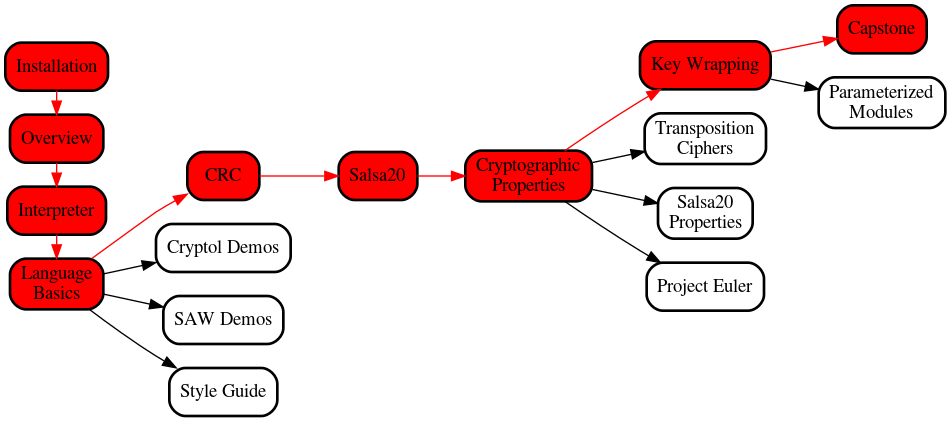
Before: misc/CryptolCourse.gv.png, a diagram exported from Graphviz (weaversa/cryptol-course). Its source is kept beside it as misc/CryptolCourse.gv.
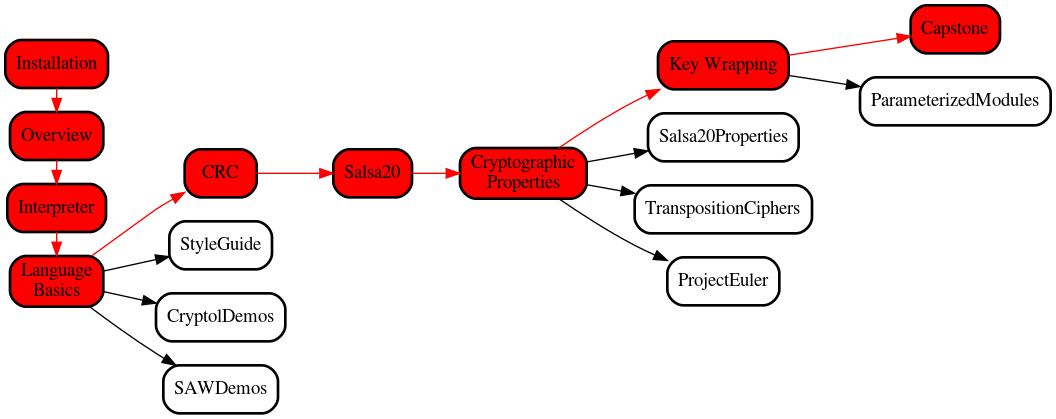
After the change.

Diff of the diagram source:
```diff
@@ -18,25 +18,18 @@
 
   node [fillcolor="white"];
 
+  StyleGuide                 [URL="https://github.com/weaversa/cryptol-course/tree/L4y3rC4k3/cryptol-style.md"];
   CryptolDemos               [URL="https://github.com/weaversa/cryptol-course/tree/L4y3rC4k3/labs/Demos/Cryptol/Demos.md"];
   SAWDemos                   [URL="https://github.com/weaversa/cryptol-course/tree/L4y3rC4k3/labs/Demos/SAW/Demos.md"];
+  Salsa20Properties          [URL="https://github.com/weaversa/cryptol-course/tree/L4y3rC4k3/labs/Salsa20/Salsa20Props.md"];
   TranspositionCiphers       [URL="https://github.com/weaversa/cryptol-course/tree/L4y3rC4k3/labs/Transposition/Contents.md"];
+  ProjectEuler               [URL="https://github.com/weaversa/cryptol-course/tree/L4y3rC4k3/labs/ProjectEuler/ProjectEuler.md"];
   ParameterizedModules       [URL="https://github.com/weaversa/cryptol-course/tree/L4y3rC4k3/labs/SimonSpeck/SimonSpeck.md"];
-  Salsa20Properties          [URL="https://github.com/weaversa/cryptol-course/tree/L4y3rC4k3/labs/Salsa20/Salsa20Props.md"];
-  StyleGuide                 [URL="https://github.com/weaversa/cryptol-course/tree/L4y3rC4k3/cryptol-style.md"];
-  ProjectEuler               [URL="https://github.com/weaversa/cryptol-course/tree/L4y3rC4k3/labs/ProjectEuler/ProjectEuler.md"];
 
 
   LanguageBasics             [label = "Language\nBasics"]
   CryptographicProperties    [label = "Cryptographic\nProperties"]
   KeyWrapping                [label = "Key Wrapping"]
-  CryptolDemos               [label = "Cryptol Demos"]
-  SAWDemos                   [label = "SAW Demos"]
-  TranspositionCiphers       [label = "Transposition\nCiphers"]
-  ParameterizedModules       [label = "Parameterized\nModules"]
-  Salsa20Properties          [label = "Salsa20\nProperties"]
-  StyleGuide                 [label = "Style Guide"]
-  ProjectEuler               [label = "Project Euler"]
 
   edge [color=red];
 
```
